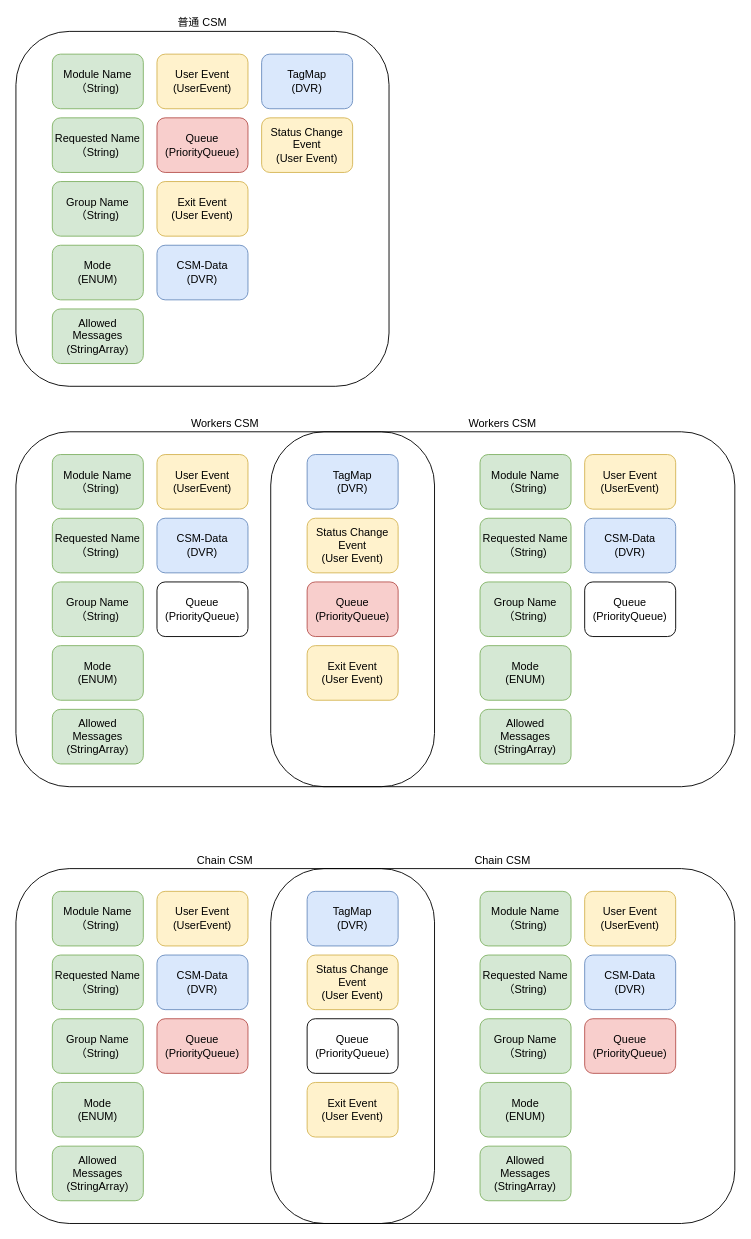
Before: .doc/CSM-Design.drawio in NEVSTOP-LAB/Communicable-State-Machine, a draw.io diagram. Source tidied: cells renumbered, new cells numbered last; positions are measured from the earlier drawing's top-left corner, leaving out a move shared by most shapes. Both pictures are drawn from the tidied source at 91%, with x=0, y=0 at pixel (15, 31).
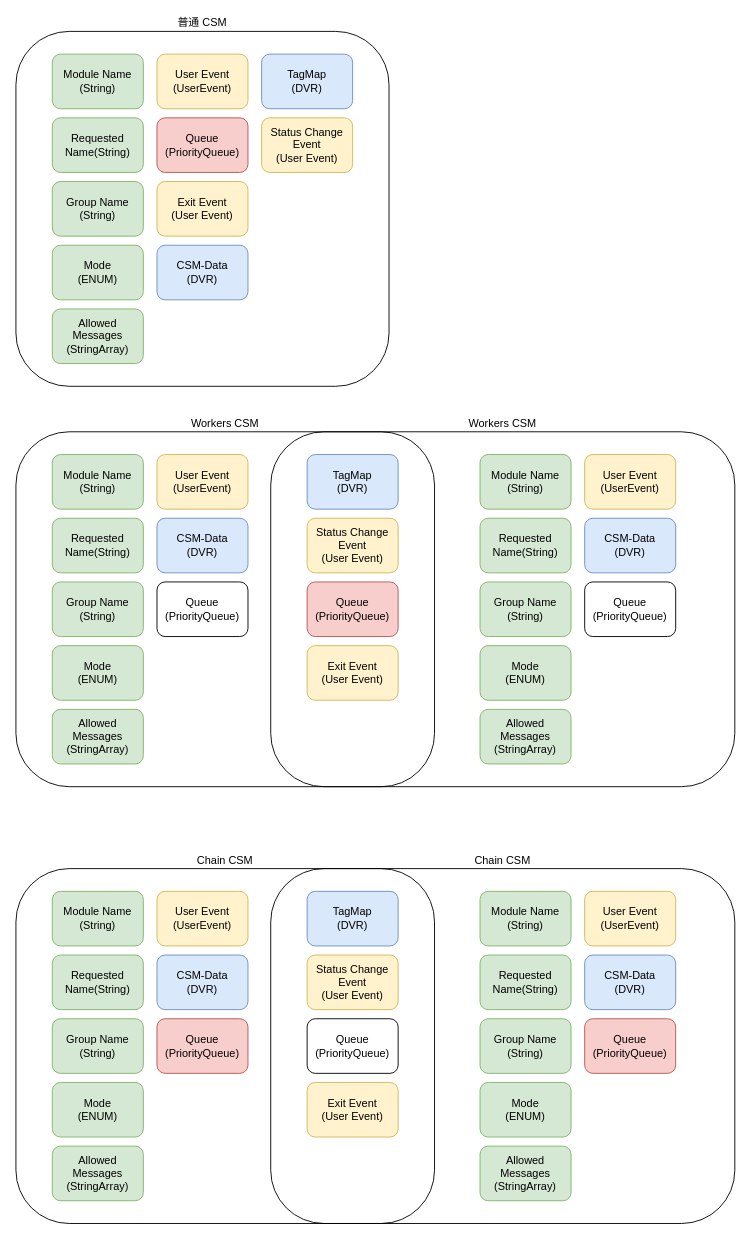
The same page after the edit.

The edit, as a diff of the source:
```diff
@@
-    <mxCell id="14" value="Module Name&lt;br&gt;（String)" style="rounded=1;whiteSpace=wrap;html=1;fillColor=#d5e8d4;strokeColor=#82b366;" parent="1" vertex="1">
+    <mxCell id="14" value="Module Name&lt;br&gt;(String)" style="rounded=1;whiteSpace=wrap;html=1;fillColor=#d5e8d4;strokeColor=#82b366;" parent="1" vertex="1">
       <mxGeometry x="40" y="25" width="100" height="60" as="geometry" />
     </mxCell>
-    <mxCell id="15" value="Requested Name（String)" style="rounded=1;whiteSpace=wrap;html=1;fillColor=#d5e8d4;strokeColor=#82b366;" parent="1" vertex="1">
+    <mxCell id="15" value="Requested Name(String)" style="rounded=1;whiteSpace=wrap;html=1;fillColor=#d5e8d4;strokeColor=#82b366;" parent="1" vertex="1">
       <mxGeometry x="40" y="95" width="100" height="60" as="geometry" />
     </mxCell>
-    <mxCell id="16" value="Group Name&lt;br&gt;（String)" style="rounded=1;whiteSpace=wrap;html=1;fillColor=#d5e8d4;strokeColor=#82b366;" parent="1" vertex="1">
+    <mxCell id="16" value="Group Name&lt;br&gt;(String)" style="rounded=1;whiteSpace=wrap;html=1;fillColor=#d5e8d4;strokeColor=#82b366;" parent="1" vertex="1">
       <mxGeometry x="40" y="165" width="100" height="60" as="geometry" />
     </mxCell>
@@
-    <mxCell id="25" value="Module Name&lt;br&gt;（String)" style="rounded=1;whiteSpace=wrap;html=1;fillColor=#d5e8d4;strokeColor=#82b366;" parent="1" vertex="1">
+    <mxCell id="25" value="Module Name&lt;br&gt;(String)" style="rounded=1;whiteSpace=wrap;html=1;fillColor=#d5e8d4;strokeColor=#82b366;" parent="1" vertex="1">
       <mxGeometry x="40" y="465" width="100" height="60" as="geometry" />
     </mxCell>
-    <mxCell id="26" value="Requested Name（String)" style="rounded=1;whiteSpace=wrap;html=1;fillColor=#d5e8d4;strokeColor=#82b366;" parent="1" vertex="1">
+    <mxCell id="26" value="Requested Name(String)" style="rounded=1;whiteSpace=wrap;html=1;fillColor=#d5e8d4;strokeColor=#82b366;" parent="1" vertex="1">
       <mxGeometry x="40" y="535" width="100" height="60" as="geometry" />
     </mxCell>
-    <mxCell id="27" value="Group Name&lt;br&gt;（String)" style="rounded=1;whiteSpace=wrap;html=1;fillColor=#d5e8d4;strokeColor=#82b366;" parent="1" vertex="1">
+    <mxCell id="27" value="Group Name&lt;br&gt;(String)" style="rounded=1;whiteSpace=wrap;html=1;fillColor=#d5e8d4;strokeColor=#82b366;" parent="1" vertex="1">
       <mxGeometry x="40" y="605" width="100" height="60" as="geometry" />
     </mxCell>
@@
-    <mxCell id="32" value="Module Name&lt;br&gt;（String)" style="rounded=1;whiteSpace=wrap;html=1;fillColor=#d5e8d4;strokeColor=#82b366;" parent="1" vertex="1">
+    <mxCell id="32" value="Module Name&lt;br&gt;(String)" style="rounded=1;whiteSpace=wrap;html=1;fillColor=#d5e8d4;strokeColor=#82b366;" parent="1" vertex="1">
       <mxGeometry x="510" y="465" width="100" height="60" as="geometry" />
     </mxCell>
-    <mxCell id="33" value="Requested Name（String)" style="rounded=1;whiteSpace=wrap;html=1;fillColor=#d5e8d4;strokeColor=#82b366;" parent="1" vertex="1">
+    <mxCell id="33" value="Requested Name(String)" style="rounded=1;whiteSpace=wrap;html=1;fillColor=#d5e8d4;strokeColor=#82b366;" parent="1" vertex="1">
       <mxGeometry x="510" y="535" width="100" height="60" as="geometry" />
     </mxCell>
-    <mxCell id="34" value="Group Name&lt;br&gt;（String)" style="rounded=1;whiteSpace=wrap;html=1;fillColor=#d5e8d4;strokeColor=#82b366;" parent="1" vertex="1">
+    <mxCell id="34" value="Group Name&lt;br&gt;(String)" style="rounded=1;whiteSpace=wrap;html=1;fillColor=#d5e8d4;strokeColor=#82b366;" parent="1" vertex="1">
       <mxGeometry x="510" y="605" width="100" height="60" as="geometry" />
     </mxCell>
@@
-    <mxCell id="43" value="Module Name&lt;br&gt;（String)" style="rounded=1;whiteSpace=wrap;html=1;fillColor=#d5e8d4;strokeColor=#82b366;" parent="1" vertex="1">
+    <mxCell id="43" value="Module Name&lt;br&gt;(String)" style="rounded=1;whiteSpace=wrap;html=1;fillColor=#d5e8d4;strokeColor=#82b366;" parent="1" vertex="1">
       <mxGeometry x="40" y="945" width="100" height="60" as="geometry" />
     </mxCell>
-    <mxCell id="44" value="Requested Name（String)" style="rounded=1;whiteSpace=wrap;html=1;fillColor=#d5e8d4;strokeColor=#82b366;" parent="1" vertex="1">
+    <mxCell id="44" value="Requested Name(String)" style="rounded=1;whiteSpace=wrap;html=1;fillColor=#d5e8d4;strokeColor=#82b366;" parent="1" vertex="1">
       <mxGeometry x="40" y="1015" width="100" height="60" as="geometry" />
     </mxCell>
-    <mxCell id="45" value="Group Name&lt;br&gt;（String)" style="rounded=1;whiteSpace=wrap;html=1;fillColor=#d5e8d4;strokeColor=#82b366;" parent="1" vertex="1">
+    <mxCell id="45" value="Group Name&lt;br&gt;(String)" style="rounded=1;whiteSpace=wrap;html=1;fillColor=#d5e8d4;strokeColor=#82b366;" parent="1" vertex="1">
       <mxGeometry x="40" y="1085" width="100" height="60" as="geometry" />
     </mxCell>
@@
-    <mxCell id="50" value="Module Name&lt;br&gt;（String)" style="rounded=1;whiteSpace=wrap;html=1;fillColor=#d5e8d4;strokeColor=#82b366;" parent="1" vertex="1">
+    <mxCell id="50" value="Module Name&lt;br&gt;(String)" style="rounded=1;whiteSpace=wrap;html=1;fillColor=#d5e8d4;strokeColor=#82b366;" parent="1" vertex="1">
       <mxGeometry x="510" y="945" width="100" height="60" as="geometry" />
     </mxCell>
-    <mxCell id="51" value="Requested Name（String)" style="rounded=1;whiteSpace=wrap;html=1;fillColor=#d5e8d4;strokeColor=#82b366;" parent="1" vertex="1">
+    <mxCell id="51" value="Requested Name(String)" style="rounded=1;whiteSpace=wrap;html=1;fillColor=#d5e8d4;strokeColor=#82b366;" parent="1" vertex="1">
       <mxGeometry x="510" y="1015" width="100" height="60" as="geometry" />
     </mxCell>
-    <mxCell id="52" value="Group Name&lt;br&gt;（String)" style="rounded=1;whiteSpace=wrap;html=1;fillColor=#d5e8d4;strokeColor=#82b366;" parent="1" vertex="1">
+    <mxCell id="52" value="Group Name&lt;br&gt;(String)" style="rounded=1;whiteSpace=wrap;html=1;fillColor=#d5e8d4;strokeColor=#82b366;" parent="1" vertex="1">
       <mxGeometry x="510" y="1085" width="100" height="60" as="geometry" />
     </mxCell>
```
